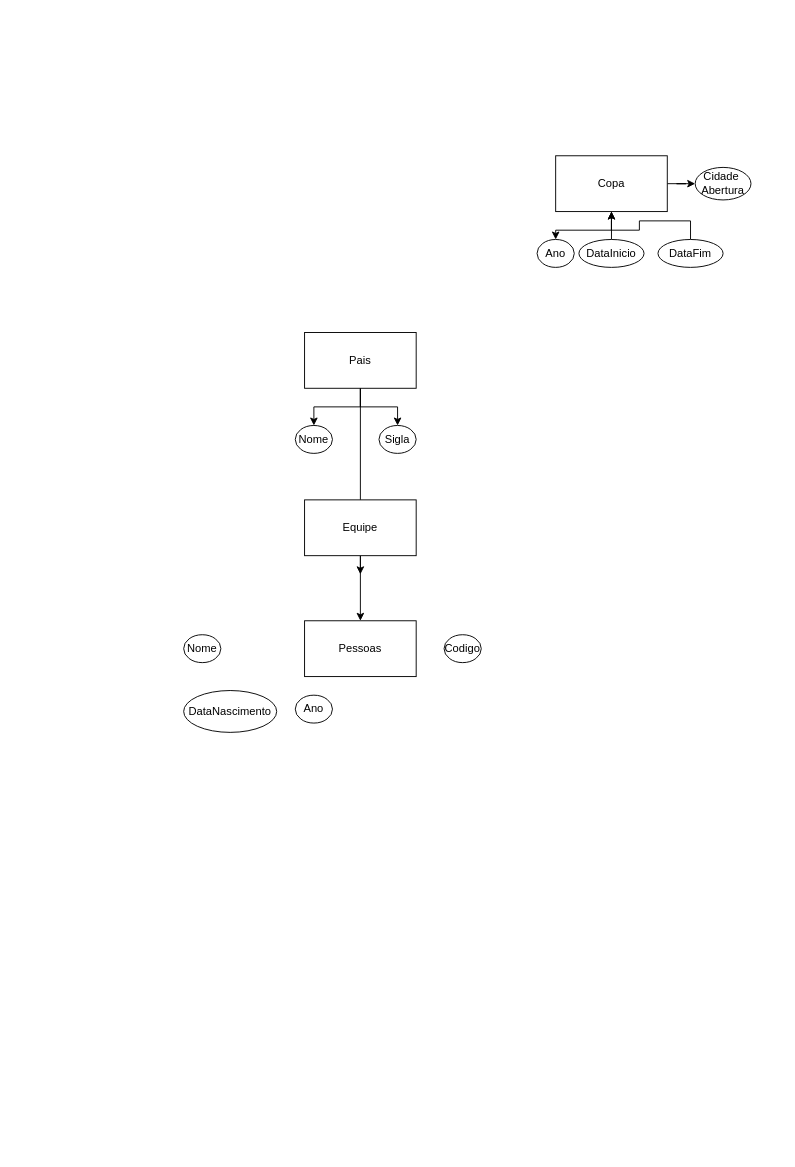
The draw.io diagram Diagrama sem nome.drawio in lmiguelcardoso/projetoleda, before the edit. Source tidied: cells renumbered, new cells numbered last; positions are measured from the earlier drawing's top-left corner, leaving out a move shared by most shapes. Both pictures are drawn from the tidied source at 93%, with x=0, y=0 at pixel (183, 155).
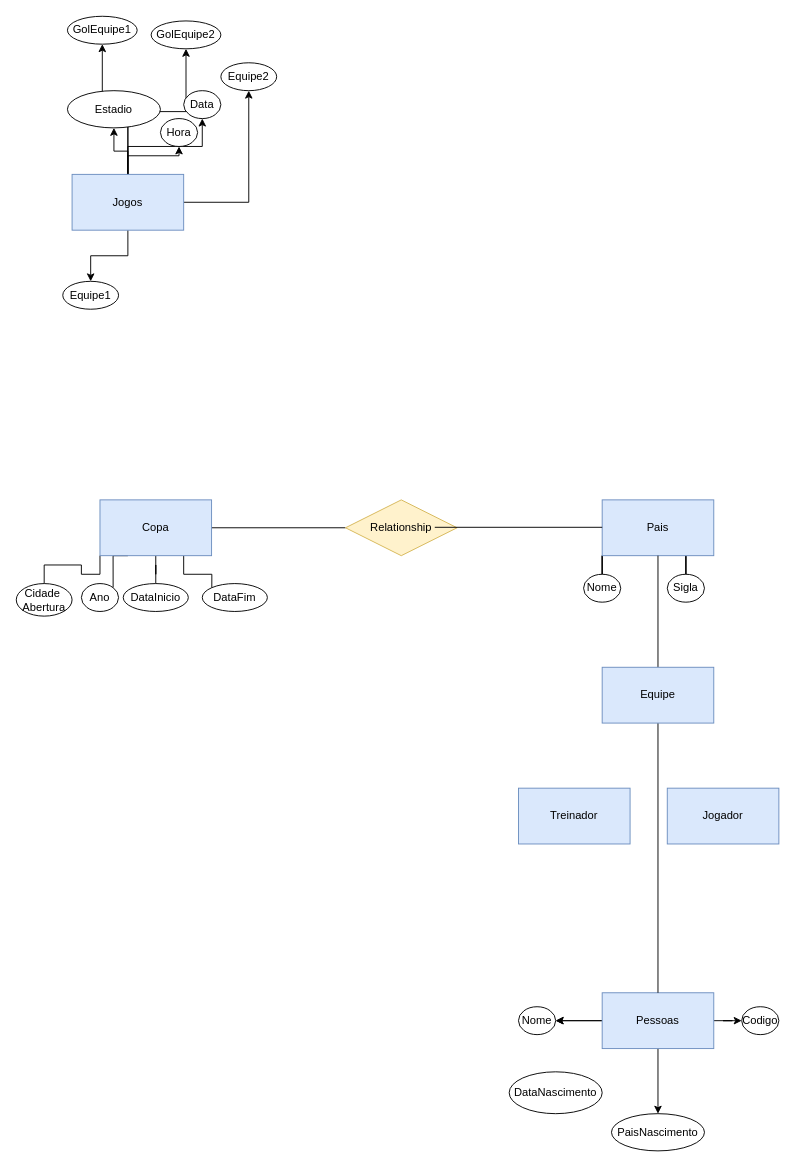
The same diagram, later.

The edit, as a diff of the source:
```diff
@@
+    <mxCell id="3" style="edgeStyle=orthogonalEdgeStyle;rounded=0;jettySize=auto;html=1;exitX=0;exitY=1;exitDx=0;exitDy=0;endArrow=none;endFill=0;" parent="1" edge="1" source="5" target="7">
+      <mxGeometry relative="1" as="geometry" />
+    </mxCell>
-    <mxCell id="2" style="edgeStyle=orthogonalEdgeStyle;rounded=0;jettySize=auto;html=1;" parent="1" edge="1" source="5" target="6">
+    <mxCell id="2" style="edgeStyle=orthogonalEdgeStyle;rounded=0;jettySize=auto;html=1;exitX=0.75;exitY=1;exitDx=0;exitDy=0;endArrow=none;endFill=0;" parent="1" edge="1" source="5" target="6">
       <mxGeometry relative="1" as="geometry" />
     </mxCell>
-    <mxCell id="3" style="edgeStyle=orthogonalEdgeStyle;rounded=0;jettySize=auto;html=1;" parent="1" edge="1" source="5" target="7">
-      <mxGeometry relative="1" as="geometry" />
-    </mxCell>
-    <mxCell id="4" style="edgeStyle=orthogonalEdgeStyle;rounded=0;jettySize=auto;html=1;startArrow=none;" parent="1" edge="1" source="20">
-      <mxGeometry relative="1" as="geometry">
-        <mxPoint x="190" y="450" as="targetPoint" />
-      </mxGeometry>
-    </mxCell>
-    <mxCell id="5" value="Pais" style="rounded=0;whiteSpace=wrap;html=1;" parent="1" vertex="1">
-      <mxGeometry x="130" y="190" width="120" height="60" as="geometry" />
+    <mxCell id="5" value="Pais" style="rounded=0;whiteSpace=wrap;html=1;fillColor=#dae8fc;strokeColor=#6c8ebf;" parent="1" vertex="1">
+      <mxGeometry x="450" y="370" width="120" height="60" as="geometry" />
     </mxCell>
     <mxCell id="6" value="Sigla" style="ellipse;whiteSpace=wrap;html=1;rounded=0;" parent="1" vertex="1">
-      <mxGeometry x="210" y="290" width="40" height="30" as="geometry" />
+      <mxGeometry x="520" y="450" width="40" height="30" as="geometry" />
     </mxCell>
     <mxCell id="7" value="Nome" style="ellipse;whiteSpace=wrap;html=1;rounded=0;" parent="1" vertex="1">
-      <mxGeometry x="120" y="290" width="40" height="30" as="geometry" />
+      <mxGeometry x="430" y="450" width="40" height="30" as="geometry" />
     </mxCell>
+    <mxCell id="25" style="edgeStyle=orthogonalEdgeStyle;rounded=0;jettySize=auto;html=1;endArrow=none;endFill=0;" parent="1" edge="1" source="10" target="47">
+      <mxGeometry relative="1" as="geometry" />
+    </mxCell>
+    <mxCell id="26" style="edgeStyle=orthogonalEdgeStyle;rounded=0;jettySize=auto;html=1;exitX=0.5;exitY=1;exitDx=0;exitDy=0;endArrow=none;endFill=0;" parent="1" edge="1" source="10" target="13">
+      <mxGeometry relative="1" as="geometry" />
+    </mxCell>
+    <mxCell id="27" style="edgeStyle=orthogonalEdgeStyle;rounded=0;jettySize=auto;html=1;exitX=0.75;exitY=1;exitDx=0;exitDy=0;entryX=0;entryY=0;entryDx=0;entryDy=0;endArrow=none;endFill=0;" parent="1" edge="1" source="10" target="15">
+      <mxGeometry relative="1" as="geometry" />
+    </mxCell>
-    <mxCell id="8" style="edgeStyle=orthogonalEdgeStyle;rounded=0;jettySize=auto;html=1;" parent="1" edge="1" source="10" target="11">
+    <mxCell id="8" style="edgeStyle=orthogonalEdgeStyle;rounded=0;jettySize=auto;html=1;exitX=0.25;exitY=1;exitDx=0;exitDy=0;entryX=1;entryY=0;entryDx=0;entryDy=0;endArrow=none;endFill=0;" parent="1" edge="1" source="10" target="11">
       <mxGeometry relative="1" as="geometry" />
     </mxCell>
-    <mxCell id="9" style="edgeStyle=orthogonalEdgeStyle;rounded=0;jettySize=auto;html=1;" parent="1" edge="1" source="10" target="16">
+    <mxCell id="9" style="edgeStyle=orthogonalEdgeStyle;rounded=0;jettySize=auto;html=1;exitX=0;exitY=1;exitDx=0;exitDy=0;entryX=0.5;entryY=0;entryDx=0;entryDy=0;endArrow=none;endFill=0;" parent="1" edge="1" source="10" target="16">
       <mxGeometry relative="1" as="geometry" />
     </mxCell>
-    <mxCell id="10" value="Copa" style="rounded=0;whiteSpace=wrap;html=1;" parent="1" vertex="1">
-      <mxGeometry x="400" width="120" height="60" as="geometry" />
+    <mxCell id="10" value="Copa" style="rounded=0;whiteSpace=wrap;html=1;fillColor=#dae8fc;strokeColor=#6c8ebf;" parent="1" vertex="1">
+      <mxGeometry x="-90" y="370" width="120" height="60" as="geometry" />
     </mxCell>
     <mxCell id="11" value="Ano" style="ellipse;whiteSpace=wrap;html=1;rounded=0;" parent="1" vertex="1">
-      <mxGeometry x="380" y="90" width="40" height="30" as="geometry" />
+      <mxGeometry x="-110" y="460" width="40" height="30" as="geometry" />
     </mxCell>
-    <mxCell id="12" style="edgeStyle=orthogonalEdgeStyle;rounded=0;jettySize=auto;html=1;" parent="1" edge="1" source="13" target="10">
-      <mxGeometry relative="1" as="geometry" />
-    </mxCell>
     <mxCell id="13" value="DataInicio" style="ellipse;whiteSpace=wrap;html=1;rounded=0;" parent="1" vertex="1">
-      <mxGeometry x="425" y="90" width="70" height="30" as="geometry" />
+      <mxGeometry x="-65" y="460" width="70" height="30" as="geometry" />
     </mxCell>
-    <mxCell id="14" style="edgeStyle=orthogonalEdgeStyle;rounded=0;jettySize=auto;html=1;" parent="1" edge="1" source="15" target="10">
-      <mxGeometry relative="1" as="geometry" />
-    </mxCell>
     <mxCell id="15" value="DataFim" style="ellipse;whiteSpace=wrap;html=1;rounded=0;" parent="1" vertex="1">
-      <mxGeometry x="510" y="90" width="70" height="30" as="geometry" />
+      <mxGeometry x="20" y="460" width="70" height="30" as="geometry" />
     </mxCell>
     <mxCell id="16" value="Cidade&amp;nbsp; Abertura" style="ellipse;whiteSpace=wrap;html=1;rounded=0;" parent="1" vertex="1">
-      <mxGeometry x="550" y="12.5" width="60" height="35" as="geometry" />
+      <mxGeometry x="-180" y="460" width="60" height="35" as="geometry" />
     </mxCell>
-    <mxCell id="17" style="edgeStyle=orthogonalEdgeStyle;rounded=0;jettySize=auto;html=1;" parent="1" edge="1" source="20" target="18">
-      <mxGeometry relative="1" as="geometry" />
-    </mxCell>
+    <mxCell id="28" style="edgeStyle=orthogonalEdgeStyle;rounded=0;jettySize=auto;html=1;" parent="1" edge="1" source="18" target="22">
+      <mxGeometry relative="1" as="geometry" />
+    </mxCell>
+    <mxCell id="29" style="edgeStyle=orthogonalEdgeStyle;rounded=0;jettySize=auto;html=1;" parent="1" edge="1" source="18" target="24">
+      <mxGeometry relative="1" as="geometry" />
+    </mxCell>
+    <mxCell id="30" style="edgeStyle=orthogonalEdgeStyle;rounded=0;jettySize=auto;html=1;" parent="1" edge="1" source="18" target="22">
+      <mxGeometry relative="1" as="geometry" />
+    </mxCell>
+    <mxCell id="31" style="edgeStyle=orthogonalEdgeStyle;rounded=0;jettySize=auto;html=1;" parent="1" edge="1" source="18" target="21">
+      <mxGeometry relative="1" as="geometry" />
+    </mxCell>
-    <mxCell id="18" value="Pessoas" style="rounded=0;whiteSpace=wrap;html=1;" parent="1" vertex="1">
-      <mxGeometry x="130" y="500" width="120" height="60" as="geometry" />
+    <mxCell id="18" value="Pessoas" style="rounded=0;whiteSpace=wrap;html=1;fillColor=#dae8fc;strokeColor=#6c8ebf;" parent="1" vertex="1">
+      <mxGeometry x="450" y="900" width="120" height="60" as="geometry" />
     </mxCell>
@@
+    <mxCell id="17" style="edgeStyle=orthogonalEdgeStyle;rounded=0;jettySize=auto;html=1;exitX=0.5;exitY=1;exitDx=0;exitDy=0;endArrow=none;endFill=0;" parent="1" edge="1" source="20" target="18">
+      <mxGeometry relative="1" as="geometry" />
+    </mxCell>
-    <mxCell id="20" value="Equipe" style="rounded=0;whiteSpace=wrap;html=1;" parent="1" vertex="1">
-      <mxGeometry x="130" y="370" width="120" height="60" as="geometry" />
+    <mxCell id="20" value="Equipe" style="rounded=0;whiteSpace=wrap;html=1;fillColor=#dae8fc;strokeColor=#6c8ebf;" parent="1" vertex="1">
+      <mxGeometry x="450" y="550" width="120" height="60" as="geometry" />
     </mxCell>
     <mxCell id="21" value="Codigo" style="ellipse;whiteSpace=wrap;html=1;rounded=0;" parent="1" vertex="1">
-      <mxGeometry x="280" y="515" width="40" height="30" as="geometry" />
+      <mxGeometry x="600" y="915" width="40" height="30" as="geometry" />
     </mxCell>
     <mxCell id="22" value="Nome" style="ellipse;whiteSpace=wrap;html=1;rounded=0;" parent="1" vertex="1">
-      <mxGeometry y="515" width="40" height="30" as="geometry" />
+      <mxGeometry x="360" y="915" width="40" height="30" as="geometry" />
     </mxCell>
     <mxCell id="23" value="DataNascimento" style="ellipse;whiteSpace=wrap;html=1;rounded=0;" parent="1" vertex="1">
-      <mxGeometry y="575" width="100" height="45" as="geometry" />
+      <mxGeometry x="350" y="985" width="100" height="45" as="geometry" />
     </mxCell>
-    <mxCell id="24" value="Ano" style="ellipse;whiteSpace=wrap;html=1;rounded=0;" parent="1" vertex="1">
-      <mxGeometry x="120" y="580" width="40" height="30" as="geometry" />
+    <mxCell id="24" value="PaisNascimento" style="ellipse;whiteSpace=wrap;html=1;rounded=0;" parent="1" vertex="1">
+      <mxGeometry x="460" y="1030" width="100" height="40" as="geometry" />
     </mxCell>
+    <mxCell id="32" style="edgeStyle=orthogonalEdgeStyle;rounded=0;jettySize=auto;html=1;" parent="1" edge="1" source="39" target="41">
+      <mxGeometry relative="1" as="geometry" />
+    </mxCell>
+    <mxCell id="33" style="edgeStyle=orthogonalEdgeStyle;rounded=0;jettySize=auto;html=1;" parent="1" edge="1" source="39" target="40">
+      <mxGeometry relative="1" as="geometry" />
+    </mxCell>
+    <mxCell id="34" style="edgeStyle=orthogonalEdgeStyle;rounded=0;jettySize=auto;html=1;" parent="1" edge="1" source="39" target="42">
+      <mxGeometry relative="1" as="geometry" />
+    </mxCell>
+    <mxCell id="35" style="edgeStyle=orthogonalEdgeStyle;rounded=0;jettySize=auto;html=1;" parent="1" edge="1" source="39" target="43">
+      <mxGeometry relative="1" as="geometry" />
+    </mxCell>
+    <mxCell id="36" style="edgeStyle=orthogonalEdgeStyle;rounded=0;jettySize=auto;html=1;" parent="1" edge="1" source="39" target="44">
+      <mxGeometry relative="1" as="geometry" />
+    </mxCell>
+    <mxCell id="37" style="edgeStyle=orthogonalEdgeStyle;rounded=0;jettySize=auto;html=1;" parent="1" edge="1" source="39" target="45">
+      <mxGeometry relative="1" as="geometry" />
+    </mxCell>
+    <mxCell id="38" style="edgeStyle=orthogonalEdgeStyle;rounded=0;jettySize=auto;html=1;" parent="1" edge="1" source="39" target="46">
+      <mxGeometry relative="1" as="geometry" />
+    </mxCell>
+    <mxCell id="39" value="Jogos" style="rounded=0;whiteSpace=wrap;html=1;fillColor=#dae8fc;strokeColor=#6c8ebf;" parent="1" vertex="1">
+      <mxGeometry x="-120" y="20" width="120" height="60" as="geometry" />
+    </mxCell>
+    <mxCell id="40" value="Estadio" style="ellipse;whiteSpace=wrap;html=1;rounded=0;" parent="1" vertex="1">
+      <mxGeometry x="-125" y="-70" width="100" height="40" as="geometry" />
+    </mxCell>
+    <mxCell id="41" value="Data" style="ellipse;whiteSpace=wrap;html=1;rounded=0;" parent="1" vertex="1">
+      <mxGeometry y="-70" width="40" height="30" as="geometry" />
+    </mxCell>
+    <mxCell id="42" value="Hora" style="ellipse;whiteSpace=wrap;html=1;rounded=0;" parent="1" vertex="1">
+      <mxGeometry x="-25" y="-40" width="40" height="30" as="geometry" />
+    </mxCell>
+    <mxCell id="43" value="Equipe1" style="ellipse;whiteSpace=wrap;html=1;rounded=0;" parent="1" vertex="1">
+      <mxGeometry x="-130" y="135" width="60" height="30" as="geometry" />
+    </mxCell>
+    <mxCell id="44" value="Equipe2" style="ellipse;whiteSpace=wrap;html=1;rounded=0;" parent="1" vertex="1">
+      <mxGeometry x="40" y="-100" width="60" height="30" as="geometry" />
+    </mxCell>
+    <mxCell id="45" value="GolEquipe1" style="ellipse;whiteSpace=wrap;html=1;rounded=0;" parent="1" vertex="1">
+      <mxGeometry x="-125" y="-150" width="75" height="30" as="geometry" />
+    </mxCell>
+    <mxCell id="46" value="GolEquipe2" style="ellipse;whiteSpace=wrap;html=1;rounded=0;" parent="1" vertex="1">
+      <mxGeometry x="-35" y="-145" width="75" height="30" as="geometry" />
+    </mxCell>
+    <mxCell id="47" value="Relationship" style="shape=rhombus;perimeter=rhombusPerimeter;whiteSpace=wrap;html=1;align=center;fillColor=#fff2cc;strokeColor=#d6b656;" parent="1" vertex="1">
+      <mxGeometry x="174" y="370" width="120" height="60" as="geometry" />
+    </mxCell>
+    <mxCell id="48" style="edgeStyle=orthogonalEdgeStyle;rounded=0;jettySize=auto;html=1;endArrow=none;endFill=0;" parent="1" edge="1" target="5">
+      <mxGeometry relative="1" as="geometry">
+        <mxPoint x="270" y="399.5" as="sourcePoint" />
+      </mxGeometry>
+    </mxCell>
+    <mxCell id="49" value="Treinador" style="rounded=0;whiteSpace=wrap;html=1;fillColor=#dae8fc;strokeColor=#6c8ebf;" parent="1" vertex="1">
+      <mxGeometry x="360" y="680" width="120" height="60" as="geometry" />
+    </mxCell>
+    <mxCell id="50" value="Jogador" style="rounded=0;whiteSpace=wrap;html=1;fillColor=#dae8fc;strokeColor=#6c8ebf;" parent="1" vertex="1">
+      <mxGeometry x="520" y="680" width="120" height="60" as="geometry" />
+    </mxCell>
```
